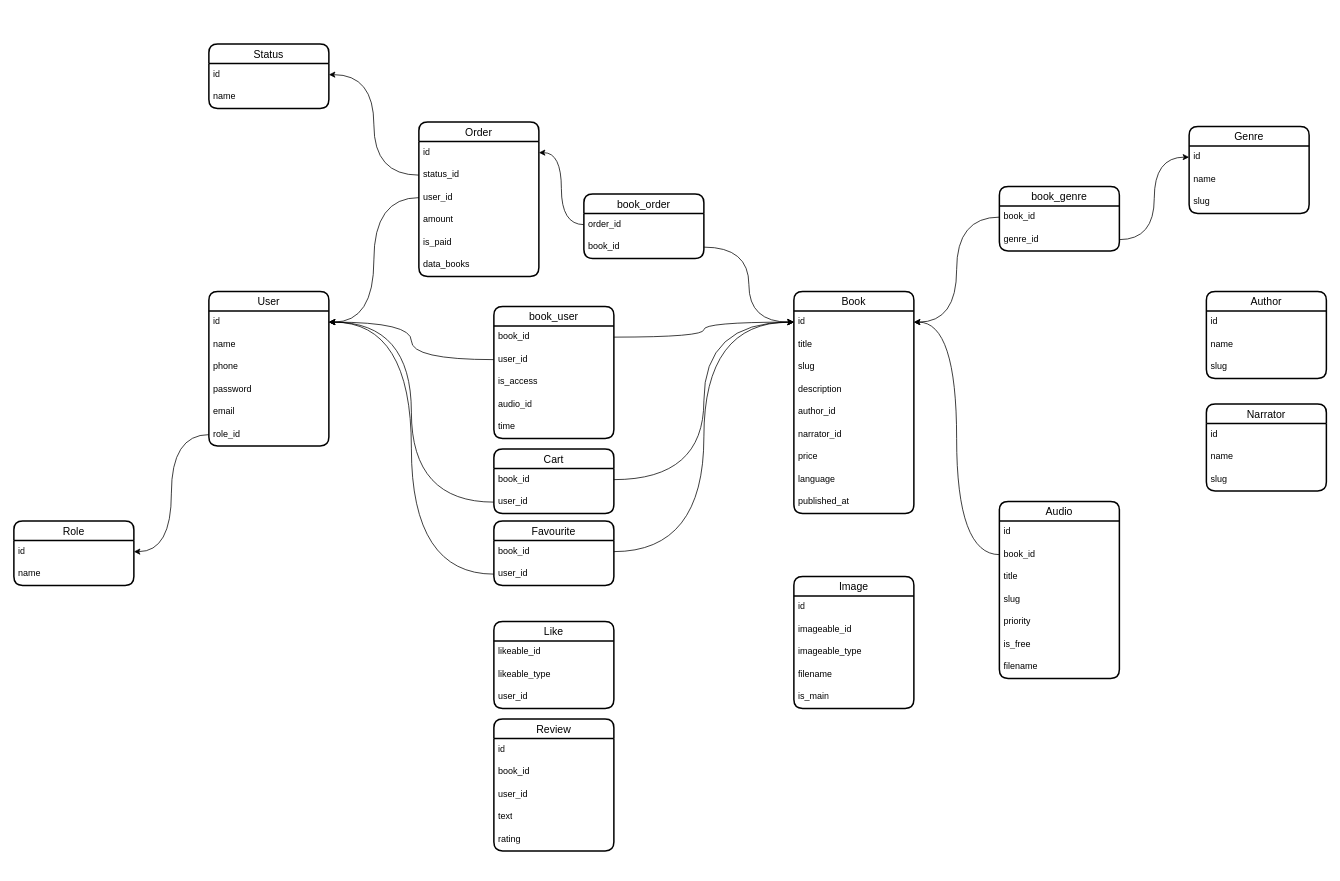
iztileuoff/databases keeps this draw.io diagram as bookie.drawio. Above is the earlier version. Source tidied: cells renumbered, new cells numbered last; positions are measured from the earlier drawing's top-left corner, leaving out a move shared by most shapes. Both pictures are drawn from the tidied source at 75%, with x=0, y=0 at pixel (14, 44).
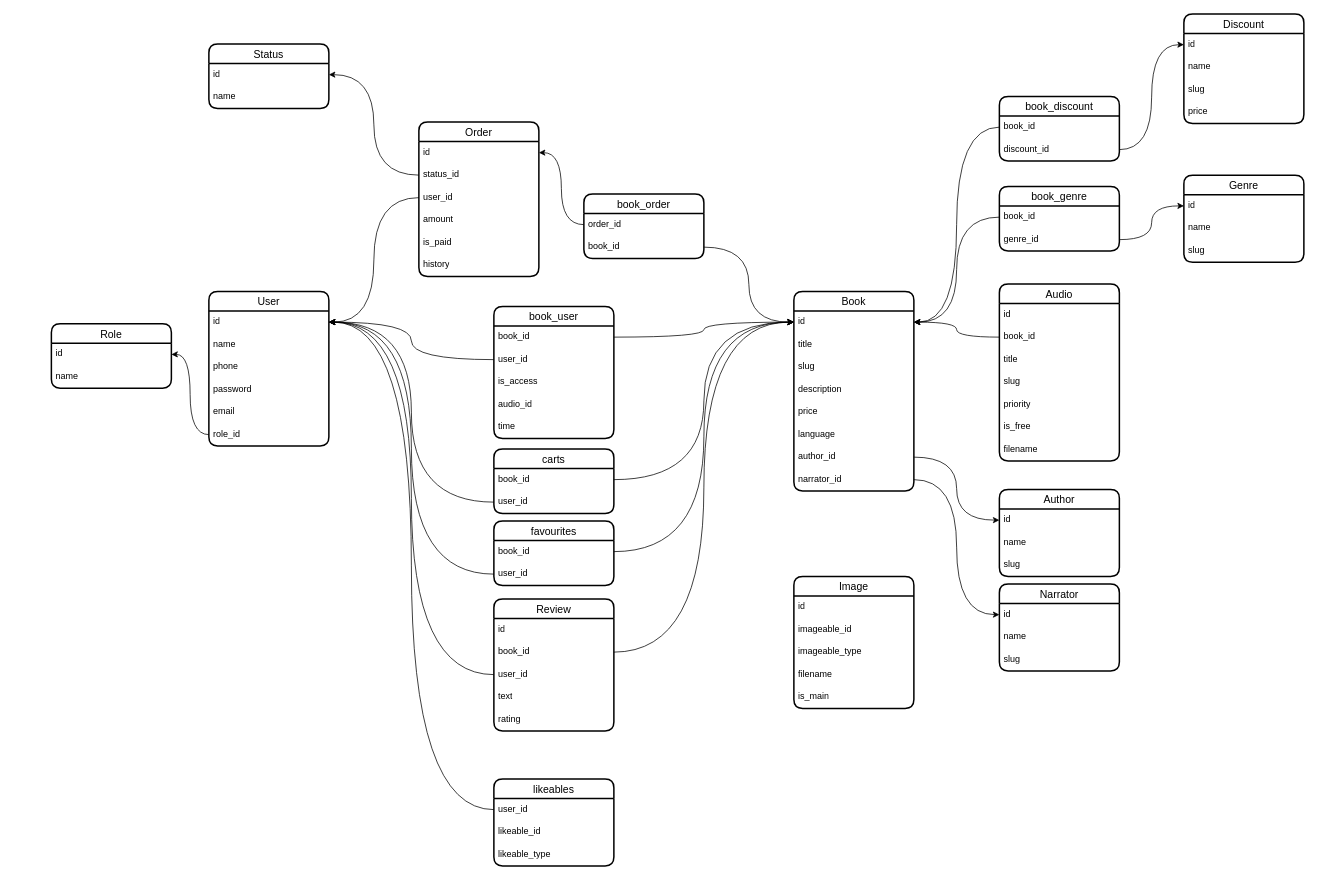
Above is the later version.

The change refers to these unchanged cells:
```xml
<mxCell id="3" value="id" style="text;strokeColor=none;fillColor=none;spacingLeft=4;spacingRight=4;overflow=hidden;points=[[0,0.5],[1,0.5]];portConstraint=eastwest;fontSize=12;whiteSpace=wrap;html=1;" parent="2" vertex="1">
  <mxGeometry y="26" width="160" height="30" as="geometry" />
</mxCell>
<mxCell id="10" value="id" style="text;strokeColor=none;fillColor=none;spacingLeft=4;spacingRight=4;overflow=hidden;points=[[0,0.5],[1,0.5]];portConstraint=eastwest;fontSize=12;whiteSpace=wrap;html=1;" parent="9" vertex="1">
  <mxGeometry y="26" width="160" height="30" as="geometry" />
</mxCell>
<mxCell id="19" value="Order" style="swimlane;fontStyle=0;horizontal=1;startSize=26;align=center;fontSize=14;strokeWidth=2;rounded=1;shadow=0;glass=0;swimlaneLine=1;" parent="1" vertex="1">
  <mxGeometry x="540" y="104" width="160" height="206" as="geometry" />
</mxCell>
<mxCell id="46" value="id" style="text;strokeColor=none;fillColor=none;spacingLeft=4;spacingRight=4;overflow=hidden;points=[[0,0.5],[1,0.5]];portConstraint=eastwest;fontSize=12;whiteSpace=wrap;html=1;" parent="45" vertex="1">
  <mxGeometry y="26" width="160" height="30" as="geometry" />
</mxCell>
<mxCell id="50" value="id" style="text;strokeColor=none;fillColor=none;spacingLeft=4;spacingRight=4;overflow=hidden;points=[[0,0.5],[1,0.5]];portConstraint=eastwest;fontSize=12;whiteSpace=wrap;html=1;" parent="49" vertex="1">
  <mxGeometry y="26" width="160" height="30" as="geometry" />
</mxCell>
<mxCell id="73" value="book_id" style="text;strokeColor=none;fillColor=none;spacingLeft=4;spacingRight=4;overflow=hidden;points=[[0,0.5],[1,0.5]];portConstraint=eastwest;fontSize=12;whiteSpace=wrap;html=1;" parent="71" vertex="1">
  <mxGeometry y="56" width="160" height="30" as="geometry" />
</mxCell>
<mxCell id="74" value="user_id" style="text;strokeColor=none;fillColor=none;spacingLeft=4;spacingRight=4;overflow=hidden;points=[[0,0.5],[1,0.5]];portConstraint=eastwest;fontSize=12;whiteSpace=wrap;html=1;" parent="71" vertex="1">
  <mxGeometry y="86" width="160" height="30" as="geometry" />
</mxCell>
```

Change to the diagram source:
```diff
@@
     <mxCell id="9" value="Book" style="swimlane;fontStyle=0;horizontal=1;startSize=26;align=center;fontSize=14;strokeWidth=2;rounded=1;shadow=0;glass=0;swimlaneLine=1;" parent="1" vertex="1">
-      <mxGeometry x="1040" y="330" width="160" height="296" as="geometry" />
+      <mxGeometry x="1040" y="330" width="160" height="266" as="geometry" />
     </mxCell>
@@
+    <mxCell id="16" value="price" style="text;strokeColor=none;fillColor=none;spacingLeft=4;spacingRight=4;overflow=hidden;fontSize=12;whiteSpace=wrap;html=1;" parent="9" vertex="1">
+      <mxGeometry y="146" width="160" height="30" as="geometry" />
+    </mxCell>
+    <mxCell id="17" value="language" style="text;strokeColor=none;fillColor=none;spacingLeft=4;spacingRight=4;overflow=hidden;fontSize=12;whiteSpace=wrap;html=1;" parent="9" vertex="1">
+      <mxGeometry y="176" width="160" height="30" as="geometry" />
+    </mxCell>
     <mxCell id="14" value="author_id" style="text;strokeColor=none;fillColor=none;spacingLeft=4;spacingRight=4;overflow=hidden;points=[[0,0.5],[1,0.5]];portConstraint=eastwest;fontSize=12;whiteSpace=wrap;html=1;" parent="9" vertex="1">
-      <mxGeometry y="146" width="160" height="30" as="geometry" />
+      <mxGeometry y="206" width="160" height="30" as="geometry" />
     </mxCell>
     <mxCell id="15" value="narrator_id" style="text;strokeColor=none;fillColor=none;spacingLeft=4;spacingRight=4;overflow=hidden;points=[[0,0.5],[1,0.5]];portConstraint=eastwest;fontSize=12;whiteSpace=wrap;html=1;" parent="9" vertex="1">
-      <mxGeometry y="176" width="160" height="30" as="geometry" />
+      <mxGeometry y="236" width="160" height="30" as="geometry" />
     </mxCell>
-    <mxCell id="16" value="price" style="text;strokeColor=none;fillColor=none;spacingLeft=4;spacingRight=4;overflow=hidden;fontSize=12;whiteSpace=wrap;html=1;" parent="9" vertex="1">
-      <mxGeometry y="206" width="160" height="30" as="geometry" />
-    </mxCell>
-    <mxCell id="17" value="language" style="text;strokeColor=none;fillColor=none;spacingLeft=4;spacingRight=4;overflow=hidden;fontSize=12;whiteSpace=wrap;html=1;" parent="9" vertex="1">
-      <mxGeometry y="236" width="160" height="30" as="geometry" />
-    </mxCell>
-    <mxCell id="18" value="published_at" style="text;strokeColor=none;fillColor=none;spacingLeft=4;spacingRight=4;overflow=hidden;fontSize=12;whiteSpace=wrap;html=1;" parent="9" vertex="1">
-      <mxGeometry y="266" width="160" height="30" as="geometry" />
-    </mxCell>
@@
-    <mxCell id="25" value="data_books" style="text;strokeColor=none;fillColor=none;spacingLeft=4;spacingRight=4;overflow=hidden;fontSize=12;whiteSpace=wrap;html=1;" parent="19" vertex="1">
+    <mxCell id="25" value="history" style="text;strokeColor=none;fillColor=none;spacingLeft=4;spacingRight=4;overflow=hidden;fontSize=12;whiteSpace=wrap;html=1;" parent="19" vertex="1">
       <mxGeometry y="176" width="160" height="30" as="geometry" />
     </mxCell>
-    <mxCell id="26" value="Favourite" style="swimlane;fontStyle=0;horizontal=1;startSize=26;align=center;fontSize=14;strokeWidth=2;rounded=1;shadow=0;glass=0;swimlaneLine=1;" parent="1" vertex="1">
+    <mxCell id="26" value="favourites" style="swimlane;fontStyle=0;horizontal=1;startSize=26;align=center;fontSize=14;strokeWidth=2;rounded=1;shadow=0;glass=0;swimlaneLine=1;" parent="1" vertex="1">
       <mxGeometry x="640" y="636" width="160" height="86" as="geometry" />
     </mxCell>
@@
     <mxCell id="33" value="Audio" style="swimlane;fontStyle=0;horizontal=1;startSize=26;align=center;fontSize=14;strokeWidth=2;rounded=1;shadow=0;glass=0;swimlaneLine=1;" parent="1" vertex="1">
-      <mxGeometry x="1314" y="610" width="160" height="236" as="geometry" />
+      <mxGeometry x="1314" y="320" width="160" height="236" as="geometry" />
     </mxCell>
@@
     <mxCell id="41" value="Genre" style="swimlane;fontStyle=0;horizontal=1;startSize=26;align=center;fontSize=14;strokeWidth=2;rounded=1;shadow=0;glass=0;swimlaneLine=1;" parent="1" vertex="1">
-      <mxGeometry x="1567" y="110" width="160" height="116" as="geometry" />
+      <mxGeometry x="1560" y="175" width="160" height="116" as="geometry" />
     </mxCell>
@@
     <mxCell id="45" value="Author" style="swimlane;fontStyle=0;horizontal=1;startSize=26;align=center;fontSize=14;strokeWidth=2;rounded=1;shadow=0;glass=0;swimlaneLine=1;" parent="1" vertex="1">
-      <mxGeometry x="1590" y="330" width="160" height="116" as="geometry" />
+      <mxGeometry x="1314" y="594" width="160" height="116" as="geometry" />
     </mxCell>
@@
     <mxCell id="49" value="Narrator" style="swimlane;fontStyle=0;horizontal=1;startSize=26;align=center;fontSize=14;strokeWidth=2;rounded=1;shadow=0;glass=0;swimlaneLine=1;" parent="1" vertex="1">
-      <mxGeometry x="1590" y="480" width="160" height="116" as="geometry" />
+      <mxGeometry x="1314" y="720" width="160" height="116" as="geometry" />
     </mxCell>
@@
-    <mxCell id="62" value="Cart" style="swimlane;fontStyle=0;horizontal=1;startSize=26;align=center;fontSize=14;strokeWidth=2;rounded=1;shadow=0;glass=0;swimlaneLine=1;" parent="1" vertex="1">
+    <mxCell id="62" value="carts" style="swimlane;fontStyle=0;horizontal=1;startSize=26;align=center;fontSize=14;strokeWidth=2;rounded=1;shadow=0;glass=0;swimlaneLine=1;" parent="1" vertex="1">
       <mxGeometry x="640" y="540" width="160" height="86" as="geometry" />
     </mxCell>
@@
     <mxCell id="71" value="Review" style="swimlane;fontStyle=0;horizontal=1;startSize=26;align=center;fontSize=14;strokeWidth=2;rounded=1;shadow=0;glass=0;swimlaneLine=1;" parent="1" vertex="1">
-      <mxGeometry x="640" y="900" width="160" height="176" as="geometry" />
+      <mxGeometry x="640" y="740" width="160" height="176" as="geometry" />
     </mxCell>
@@
     <mxCell id="77" value="Role" style="swimlane;fontStyle=0;horizontal=1;startSize=26;align=center;fontSize=14;strokeWidth=2;rounded=1;shadow=0;glass=0;swimlaneLine=1;" parent="1" vertex="1">
-      <mxGeometry y="636" width="160" height="86" as="geometry" />
+      <mxGeometry x="50" y="373" width="160" height="86" as="geometry" />
     </mxCell>
@@
-    <mxCell id="81" value="Like" style="swimlane;fontStyle=0;horizontal=1;startSize=26;align=center;fontSize=14;strokeWidth=2;rounded=1;shadow=0;glass=0;swimlaneLine=1;" parent="1" vertex="1">
-      <mxGeometry x="640" y="770" width="160" height="116" as="geometry" />
+    <mxCell id="81" value="likeables" style="swimlane;fontStyle=0;horizontal=1;startSize=26;align=center;fontSize=14;strokeWidth=2;rounded=1;shadow=0;glass=0;swimlaneLine=1;" parent="1" vertex="1">
+      <mxGeometry x="640" y="980" width="160" height="116" as="geometry" />
     </mxCell>
+    <mxCell id="84" value="user_id" style="text;strokeColor=none;fillColor=none;spacingLeft=4;spacingRight=4;overflow=hidden;points=[[0,0.5],[1,0.5]];portConstraint=eastwest;fontSize=12;whiteSpace=wrap;html=1;" parent="81" vertex="1">
+      <mxGeometry y="26" width="160" height="30" as="geometry" />
+    </mxCell>
     <mxCell id="82" value="likeable_id" style="text;strokeColor=none;fillColor=none;spacingLeft=4;spacingRight=4;overflow=hidden;fontSize=12;whiteSpace=wrap;html=1;" parent="81" vertex="1">
-      <mxGeometry y="26" width="160" height="30" as="geometry" />
+      <mxGeometry y="56" width="160" height="30" as="geometry" />
     </mxCell>
     <mxCell id="83" value="likeable_type" style="text;strokeColor=none;fillColor=none;spacingLeft=4;spacingRight=4;overflow=hidden;fontSize=12;whiteSpace=wrap;html=1;" parent="81" vertex="1">
-      <mxGeometry y="56" width="160" height="30" as="geometry" />
+      <mxGeometry y="86" width="160" height="30" as="geometry" />
     </mxCell>
-    <mxCell id="84" value="user_id" style="text;strokeColor=none;fillColor=none;spacingLeft=4;spacingRight=4;overflow=hidden;points=[[0,0.5],[1,0.5]];portConstraint=eastwest;fontSize=12;whiteSpace=wrap;html=1;" parent="81" vertex="1">
-      <mxGeometry y="86" width="160" height="30" as="geometry" />
-    </mxCell>
@@
+    <mxCell id="100" style="edgeStyle=orthogonalEdgeStyle;rounded=0;jettySize=auto;html=1;entryX=0;entryY=0.5;entryDx=0;entryDy=0;curved=1;" parent="1" edge="1" source="14" target="46">
+      <mxGeometry relative="1" as="geometry" />
+    </mxCell>
+    <mxCell id="101" style="edgeStyle=orthogonalEdgeStyle;rounded=0;jettySize=auto;html=1;entryX=0;entryY=0.5;entryDx=0;entryDy=0;curved=1;" parent="1" edge="1" source="15" target="50">
+      <mxGeometry relative="1" as="geometry" />
+    </mxCell>
+    <mxCell id="102" style="edgeStyle=orthogonalEdgeStyle;rounded=0;jettySize=auto;html=1;entryX=1;entryY=0.5;entryDx=0;entryDy=0;curved=1;" parent="1" edge="1" source="84" target="3">
+      <mxGeometry relative="1" as="geometry" />
+    </mxCell>
+    <mxCell id="103" value="Discount" style="swimlane;fontStyle=0;horizontal=1;startSize=26;align=center;fontSize=14;strokeWidth=2;rounded=1;shadow=0;glass=0;swimlaneLine=1;" parent="1" vertex="1">
+      <mxGeometry x="1560" y="-40" width="160" height="146" as="geometry" />
+    </mxCell>
+    <mxCell id="104" value="id" style="text;strokeColor=none;fillColor=none;spacingLeft=4;spacingRight=4;overflow=hidden;points=[[0,0.5],[1,0.5]];portConstraint=eastwest;fontSize=12;whiteSpace=wrap;html=1;" parent="103" vertex="1">
+      <mxGeometry y="26" width="160" height="30" as="geometry" />
+    </mxCell>
+    <mxCell id="105" value="name" style="text;strokeColor=none;fillColor=none;spacingLeft=4;spacingRight=4;overflow=hidden;fontSize=12;whiteSpace=wrap;html=1;" parent="103" vertex="1">
+      <mxGeometry y="56" width="160" height="30" as="geometry" />
+    </mxCell>
+    <mxCell id="106" value="slug" style="text;strokeColor=none;fillColor=none;spacingLeft=4;spacingRight=4;overflow=hidden;fontSize=12;whiteSpace=wrap;html=1;" parent="103" vertex="1">
+      <mxGeometry y="86" width="160" height="30" as="geometry" />
+    </mxCell>
+    <mxCell id="107" value="price" style="text;strokeColor=none;fillColor=none;spacingLeft=4;spacingRight=4;overflow=hidden;fontSize=12;whiteSpace=wrap;html=1;" parent="103" vertex="1">
+      <mxGeometry y="116" width="160" height="30" as="geometry" />
+    </mxCell>
+    <mxCell id="108" value="book_discount" style="swimlane;fontStyle=0;horizontal=1;startSize=26;align=center;fontSize=14;strokeWidth=2;rounded=1;shadow=0;glass=0;swimlaneLine=1;" parent="1" vertex="1">
+      <mxGeometry x="1314" y="70" width="160" height="86" as="geometry" />
+    </mxCell>
+    <mxCell id="109" value="book_id" style="text;strokeColor=none;fillColor=none;spacingLeft=4;spacingRight=4;overflow=hidden;points=[[0,0.5],[1,0.5]];portConstraint=eastwest;fontSize=12;whiteSpace=wrap;html=1;" parent="108" vertex="1">
+      <mxGeometry y="26" width="160" height="30" as="geometry" />
+    </mxCell>
+    <mxCell id="110" value="discount_id" style="text;strokeColor=none;fillColor=none;spacingLeft=4;spacingRight=4;overflow=hidden;points=[[0,0.5],[1,0.5]];portConstraint=eastwest;fontSize=12;whiteSpace=wrap;html=1;" parent="108" vertex="1">
+      <mxGeometry y="56" width="160" height="30" as="geometry" />
+    </mxCell>
+    <mxCell id="111" style="edgeStyle=orthogonalEdgeStyle;rounded=0;jettySize=auto;html=1;entryX=0;entryY=0.5;entryDx=0;entryDy=0;curved=1;" parent="1" edge="1" source="110" target="104">
+      <mxGeometry relative="1" as="geometry" />
+    </mxCell>
+    <mxCell id="112" style="edgeStyle=orthogonalEdgeStyle;rounded=0;jettySize=auto;html=1;entryX=1;entryY=0.5;entryDx=0;entryDy=0;curved=1;" parent="1" edge="1" source="109" target="10">
+      <mxGeometry relative="1" as="geometry" />
+    </mxCell>
+    <mxCell id="113" style="edgeStyle=orthogonalEdgeStyle;rounded=0;jettySize=auto;html=1;entryX=0;entryY=0.5;entryDx=0;entryDy=0;curved=1;" parent="1" edge="1" source="73" target="10">
+      <mxGeometry relative="1" as="geometry" />
+    </mxCell>
+    <mxCell id="114" style="edgeStyle=orthogonalEdgeStyle;rounded=0;jettySize=auto;html=1;entryX=1;entryY=0.5;entryDx=0;entryDy=0;curved=1;" parent="1" edge="1" source="74" target="3">
+      <mxGeometry relative="1" as="geometry" />
+    </mxCell>
```
